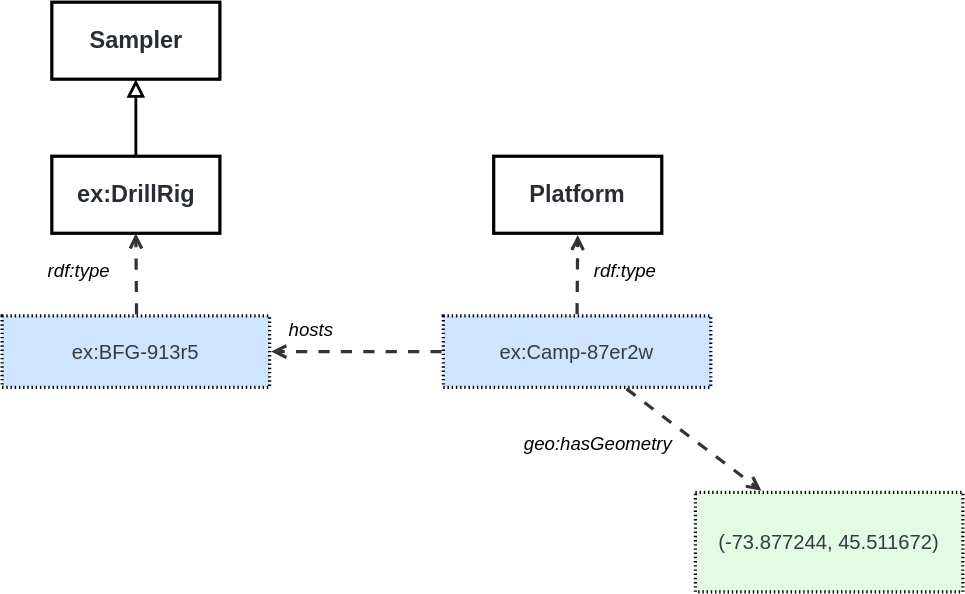
Before: ssn/images/LocatedSamplerPlatform.svg, a diagram exported from draw.io (afeliachi/sdw-sosa-ssn). Source tidied: cells renumbered, new cells last; positions are measured from the earlier drawing's top-left corner, leaving out a move shared by most shapes.
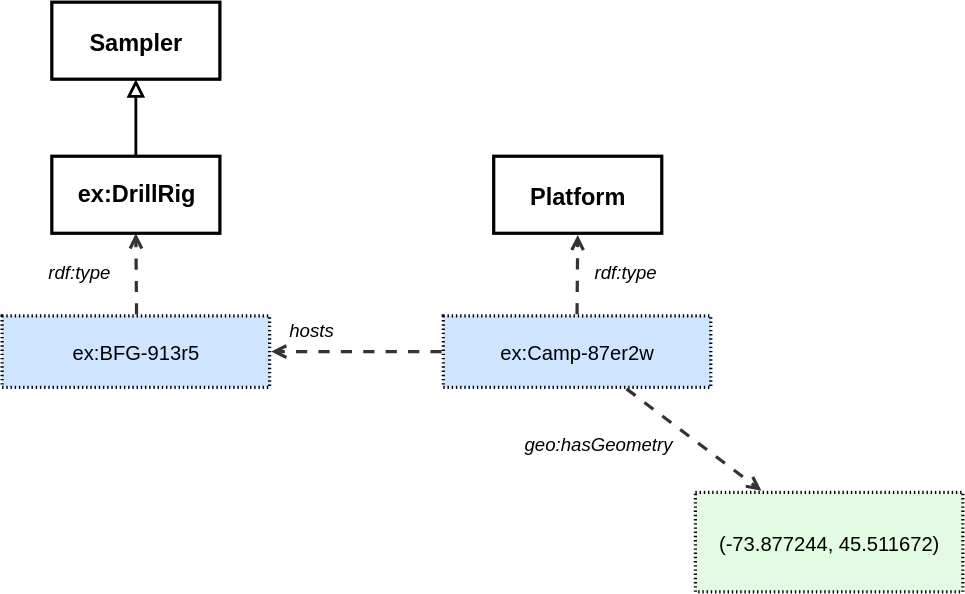
The same file after the commit.

What changed in the source:
```diff
@@ -2,53 +2,53 @@
   <root>
     <mxCell id="0" />
     <mxCell id="1" parent="0" />
-    <mxCell id="2" value="&lt;font face=&quot;Helvetica&quot;&gt;ex:Camp-87er2w&lt;/font&gt;" style="html=1;overflow=block;blockSpacing=1;whiteSpace=wrap;fontSize=14.4;fontFamily=DejaVu Sans Mono;fontColor=#383a42;align=center;spacing=0;strokeOpacity=100;fillOpacity=100;fillColor=#cfe4ff;dashed=1;fixDash=1;dashPattern=1 2;strokeWidth=2.3;" parent="1" vertex="1">
+    <mxCell id="2" value="&lt;font&gt;ex:Camp-87er2w&lt;/font&gt;" style="html=1;overflow=block;blockSpacing=1;whiteSpace=wrap;fontSize=14.4;fontFamily=Helvetica;fontColor=default;align=center;spacing=0;strokeOpacity=100;fillOpacity=100;fillColor=#cfe4ff;dashed=1;fixDash=1;dashPattern=1 2;strokeWidth=2.3;convertToSvg=1;" parent="1" vertex="1">
       <mxGeometry x="315" y="224" width="191" height="51" as="geometry" />
     </mxCell>
-    <mxCell id="3" value="Platform" style="html=1;overflow=block;blockSpacing=1;whiteSpace=wrap;fontSize=16.8;fontColor=#282c33;fontStyle=1;align=center;spacing=0;strokeOpacity=100;fillOpacity=0;fillColor=#000000;strokeWidth=2.3;" parent="1" vertex="1">
+    <mxCell id="3" value="Platform" style="html=1;overflow=block;blockSpacing=1;whiteSpace=wrap;fontSize=16.8;fontColor=default;fontStyle=1;align=center;spacing=0;strokeOpacity=100;fillOpacity=0;fillColor=#000000;strokeWidth=2.3;convertToSvg=1;fontFamily=Helvetica;" parent="1" vertex="1">
       <mxGeometry x="351" y="110" width="120" height="55" as="geometry" />
     </mxCell>
-    <mxCell id="4" value="rdf:type" style="html=1;overflow=block;blockSpacing=1;whiteSpace=wrap;fontSize=13.3;fontStyle=2;align=left;spacing=3.8;verticalAlign=top;strokeColor=none;fillOpacity=0;fillColor=#ffffff;dashed=1;fixDash=1;dashPattern=16 6;strokeWidth=0;lucidId=UZtLz~FV8scr;" parent="1" vertex="1">
+    <mxCell id="4" value="rdf:type" style="html=1;overflow=block;blockSpacing=1;whiteSpace=wrap;fontSize=13.3;fontStyle=2;align=left;spacing=3.8;verticalAlign=top;strokeColor=none;fillOpacity=0;fillColor=#ffffff;dashed=1;fixDash=1;dashPattern=16 6;strokeWidth=0;lucidId=UZtLz~FV8scr;fontColor=default;convertToSvg=1;fontFamily=Helvetica;" parent="1" vertex="1">
       <mxGeometry x="420" y="182" width="70" height="28" as="geometry" />
     </mxCell>
-    <mxCell id="5" style="html=1;jettySize=18;whiteSpace=wrap;fontSize=13;strokeColor=#333333;strokeOpacity=100;dashed=1;fixDash=1;dashPattern=8 8;strokeWidth=2.3;rounded=0;startArrow=none;endArrow=open;exitX=0.5;exitY=-0.022;exitPerimeter=0;entryX=0.5;entryY=1.021;entryPerimeter=0;lucidId=UZtL7oSWsmLh;" parent="1" edge="1" source="2" target="3">
+    <mxCell id="5" style="html=1;jettySize=18;whiteSpace=wrap;fontSize=13;strokeColor=#333333;strokeOpacity=100;dashed=1;fixDash=1;dashPattern=8 8;strokeWidth=2.3;rounded=0;startArrow=none;endArrow=open;exitX=0.5;exitY=-0.022;exitPerimeter=0;entryX=0.5;entryY=1.021;entryPerimeter=0;lucidId=UZtL7oSWsmLh;fontColor=default;convertToSvg=1;fontFamily=Helvetica;" parent="1" edge="1" source="2" target="3">
       <mxGeometry relative="1" as="geometry" />
     </mxCell>
-    <mxCell id="6" value="&lt;font face=&quot;Helvetica&quot;&gt;(-73.877244, 45.511672)&lt;/font&gt;" style="points=[[0.247,-0.016,0]];html=1;overflow=block;blockSpacing=1;whiteSpace=wrap;fontSize=14.4;fontFamily=DejaVu Sans Mono;fontColor=#383a42;align=center;spacing=0;strokeOpacity=100;fillOpacity=100;fillColor=#e3fae3;dashed=1;fixDash=1;dashPattern=1 2;strokeWidth=2.3;" parent="1" vertex="1">
+    <mxCell id="6" value="&lt;font&gt;(-73.877244, 45.511672)&lt;/font&gt;" style="points=[[0.247,-0.016,0]];html=1;overflow=block;blockSpacing=1;whiteSpace=wrap;fontSize=14.4;fontFamily=Helvetica;fontColor=default;align=center;spacing=0;strokeOpacity=100;fillOpacity=100;fillColor=#e3fae3;dashed=1;fixDash=1;dashPattern=1 2;strokeWidth=2.3;convertToSvg=1;" parent="1" vertex="1">
       <mxGeometry x="495" y="350" width="191" height="71" as="geometry" />
     </mxCell>
-    <mxCell id="7" style="html=1;jettySize=18;whiteSpace=wrap;fontSize=13;strokeColor=#333333;strokeOpacity=100;dashed=1;fixDash=1;dashPattern=8 8;strokeWidth=2.3;rounded=0;startArrow=none;endArrow=open;exitX=0.685;exitY=1.022;exitPerimeter=0;entryX=0.247;entryY=-0.016;entryPerimeter=0;lucidId=UZtLA55mwsow;" parent="1" edge="1" source="2" target="6">
+    <mxCell id="7" style="html=1;jettySize=18;whiteSpace=wrap;fontSize=13;strokeColor=#333333;strokeOpacity=100;dashed=1;fixDash=1;dashPattern=8 8;strokeWidth=2.3;rounded=0;startArrow=none;endArrow=open;exitX=0.685;exitY=1.022;exitPerimeter=0;entryX=0.247;entryY=-0.016;entryPerimeter=0;lucidId=UZtLA55mwsow;fontColor=default;convertToSvg=1;fontFamily=Helvetica;" parent="1" edge="1" source="2" target="6">
       <mxGeometry relative="1" as="geometry" />
     </mxCell>
-    <mxCell id="8" value="geo:hasGeometry" style="html=1;overflow=block;blockSpacing=1;whiteSpace=wrap;fontSize=13.3;fontStyle=2;align=left;spacing=3.8;verticalAlign=top;strokeColor=none;fillOpacity=0;fillColor=#ffffff;dashed=1;fixDash=1;dashPattern=16 6;strokeWidth=0;lucidId=UZtLv2x-.FAL;" parent="1" vertex="1">
+    <mxCell id="8" value="geo:hasGeometry" style="html=1;overflow=block;blockSpacing=1;whiteSpace=wrap;fontSize=13.3;fontStyle=2;align=left;spacing=3.8;verticalAlign=top;strokeColor=none;fillOpacity=0;fillColor=#ffffff;dashed=1;fixDash=1;dashPattern=16 6;strokeWidth=0;lucidId=UZtLv2x-.FAL;fontColor=default;convertToSvg=1;fontFamily=Helvetica;" parent="1" vertex="1">
       <mxGeometry x="370" y="305" width="101" height="24" as="geometry" />
     </mxCell>
-    <mxCell id="9" style="html=1;jettySize=18;whiteSpace=wrap;fontSize=13;strokeColor=#333333;strokeOpacity=100;dashed=1;fixDash=1;dashPattern=8 8;strokeWidth=2.3;rounded=0;startArrow=none;endArrow=open;exitX=-0.006;exitY=0.5;exitPerimeter=0;entryX=1.006;entryY=0.5;entryPerimeter=0;lucidId=10tLcMYWxvst;" parent="1" edge="1" source="2">
+    <mxCell id="9" style="html=1;jettySize=18;whiteSpace=wrap;fontSize=13;strokeColor=#333333;strokeOpacity=100;dashed=1;fixDash=1;dashPattern=8 8;strokeWidth=2.3;rounded=0;startArrow=none;endArrow=open;exitX=-0.006;exitY=0.5;exitPerimeter=0;entryX=1.006;entryY=0.5;entryPerimeter=0;lucidId=10tLcMYWxvst;fontColor=default;convertToSvg=1;fontFamily=Helvetica;" parent="1" edge="1" source="2">
       <mxGeometry relative="1" as="geometry">
         <mxPoint x="192.1" y="249.5" as="targetPoint" />
       </mxGeometry>
     </mxCell>
-    <mxCell id="10" value="hosts" style="html=1;overflow=block;blockSpacing=1;whiteSpace=wrap;fontSize=13.3;fontStyle=2;align=left;spacing=3.8;verticalAlign=top;strokeColor=none;fillOpacity=0;fillColor=#ffffff;dashed=1;fixDash=1;dashPattern=16 6;strokeWidth=0;lucidId=_0tLDSP~0Hnl;" parent="1" vertex="1">
+    <mxCell id="10" value="hosts" style="html=1;overflow=block;blockSpacing=1;whiteSpace=wrap;fontSize=13.3;fontStyle=2;align=left;spacing=3.8;verticalAlign=top;strokeColor=none;fillOpacity=0;fillColor=#ffffff;dashed=1;fixDash=1;dashPattern=16 6;strokeWidth=0;lucidId=_0tLDSP~0Hnl;fontColor=default;convertToSvg=1;fontFamily=Helvetica;" parent="1" vertex="1">
       <mxGeometry x="202" y="224" width="101" height="24" as="geometry" />
     </mxCell>
-    <mxCell id="11" value="&lt;font face=&quot;Helvetica&quot;&gt;ex:BFG-913r5&lt;/font&gt;" style="html=1;overflow=block;blockSpacing=1;whiteSpace=wrap;fontSize=14.4;fontFamily=DejaVu Sans Mono;fontColor=#383a42;align=center;spacing=0;strokeOpacity=100;fillOpacity=100;fillColor=#cfe4ff;dashed=1;fixDash=1;dashPattern=1 2;strokeWidth=2.3;" parent="1" vertex="1">
+    <mxCell id="11" value="&lt;font&gt;ex:BFG-913r5&lt;/font&gt;" style="html=1;overflow=block;blockSpacing=1;whiteSpace=wrap;fontSize=14.4;fontFamily=Helvetica;fontColor=default;align=center;spacing=0;strokeOpacity=100;fillOpacity=100;fillColor=#cfe4ff;dashed=1;fixDash=1;dashPattern=1 2;strokeWidth=2.3;convertToSvg=1;" parent="1" vertex="1">
       <mxGeometry y="224" width="191" height="51" as="geometry" />
     </mxCell>
-    <mxCell id="12" value="Sampler" style="html=1;overflow=block;blockSpacing=1;whiteSpace=wrap;fontSize=16.8;fontColor=#282c33;fontStyle=1;align=center;spacing=0;strokeOpacity=100;fillOpacity=0;fillColor=#000000;strokeWidth=2.3;" parent="1" vertex="1">
+    <mxCell id="12" value="Sampler" style="html=1;overflow=block;blockSpacing=1;whiteSpace=wrap;fontSize=16.8;fontColor=default;fontStyle=1;align=center;spacing=0;strokeOpacity=100;fillOpacity=0;fillColor=#000000;strokeWidth=2.3;convertToSvg=1;fontFamily=Helvetica;" parent="1" vertex="1">
       <mxGeometry x="35.5" width="120" height="55" as="geometry" />
     </mxCell>
-    <mxCell id="13" value="rdf:type" style="html=1;overflow=block;blockSpacing=1;whiteSpace=wrap;fontSize=13.3;fontStyle=2;align=left;spacing=3.8;verticalAlign=top;strokeColor=none;fillOpacity=0;fillColor=#ffffff;dashed=1;fixDash=1;dashPattern=16 6;strokeWidth=0;lucidId=0ZtLoD1I2n68;" parent="1" vertex="1">
+    <mxCell id="13" value="rdf:type" style="html=1;overflow=block;blockSpacing=1;whiteSpace=wrap;fontSize=13.3;fontStyle=2;align=left;spacing=3.8;verticalAlign=top;strokeColor=none;fillOpacity=0;fillColor=#ffffff;dashed=1;fixDash=1;dashPattern=16 6;strokeWidth=0;lucidId=0ZtLoD1I2n68;fontColor=default;convertToSvg=1;fontFamily=Helvetica;" parent="1" vertex="1">
       <mxGeometry x="30" y="182" width="70" height="28" as="geometry" />
     </mxCell>
-    <mxCell id="14" style="html=1;jettySize=18;whiteSpace=wrap;fontSize=13;strokeColor=#333333;strokeOpacity=100;dashed=1;fixDash=1;dashPattern=8 8;strokeWidth=2.3;rounded=0;startArrow=none;endArrow=open;entryX=0.5;entryY=1;lucidId=0ZtLjH5MFli1;entryDx=0;entryDy=0;" parent="1" edge="1" target="16">
+    <mxCell id="14" style="html=1;jettySize=18;whiteSpace=wrap;fontSize=13;strokeColor=#333333;strokeOpacity=100;dashed=1;fixDash=1;dashPattern=8 8;strokeWidth=2.3;rounded=0;startArrow=none;endArrow=open;entryX=0.5;entryY=1;lucidId=0ZtLjH5MFli1;entryDx=0;entryDy=0;fontColor=default;convertToSvg=1;fontFamily=Helvetica;" parent="1" edge="1" target="16">
       <mxGeometry relative="1" as="geometry">
         <mxPoint x="96" y="223" as="sourcePoint" />
       </mxGeometry>
     </mxCell>
-    <mxCell id="15" style="edgeStyle=orthogonalEdgeStyle;rounded=0;jettySize=auto;html=1;exitX=0.5;exitY=0;exitDx=0;exitDy=0;endArrow=block;endFill=0;strokeWidth=2;endSize=8;" parent="1" edge="1" source="16" target="12">
+    <mxCell id="15" style="edgeStyle=orthogonalEdgeStyle;rounded=0;jettySize=auto;html=1;exitX=0.5;exitY=0;exitDx=0;exitDy=0;endArrow=block;endFill=0;strokeWidth=2;endSize=8;fontColor=default;convertToSvg=1;fontFamily=Helvetica;" parent="1" edge="1" source="16" target="12">
       <mxGeometry relative="1" as="geometry" />
     </mxCell>
-    <mxCell id="16" value="ex:&lt;span style=&quot;background-color: transparent; color: light-dark(rgb(40, 44, 51), rgb(196, 200, 206));&quot;&gt;DrillRig&lt;/span&gt;" style="html=1;overflow=block;blockSpacing=1;whiteSpace=wrap;fontSize=16.8;fontColor=#282c33;fontStyle=1;align=center;spacing=0;strokeOpacity=100;fillOpacity=0;fillColor=#000000;strokeWidth=2.3;" parent="1" vertex="1">
+    <mxCell id="16" value="ex:&lt;span style=&quot;background-color: transparent;&quot;&gt;DrillRig&lt;/span&gt;" style="html=1;overflow=block;blockSpacing=1;whiteSpace=wrap;fontSize=16.8;fontColor=default;fontStyle=1;align=center;spacing=0;strokeOpacity=100;fillOpacity=0;fillColor=#000000;strokeWidth=2.3;convertToSvg=1;fontFamily=Helvetica;" parent="1" vertex="1">
       <mxGeometry x="35.5" y="110" width="120" height="55" as="geometry" />
     </mxCell>
   </root>
```
